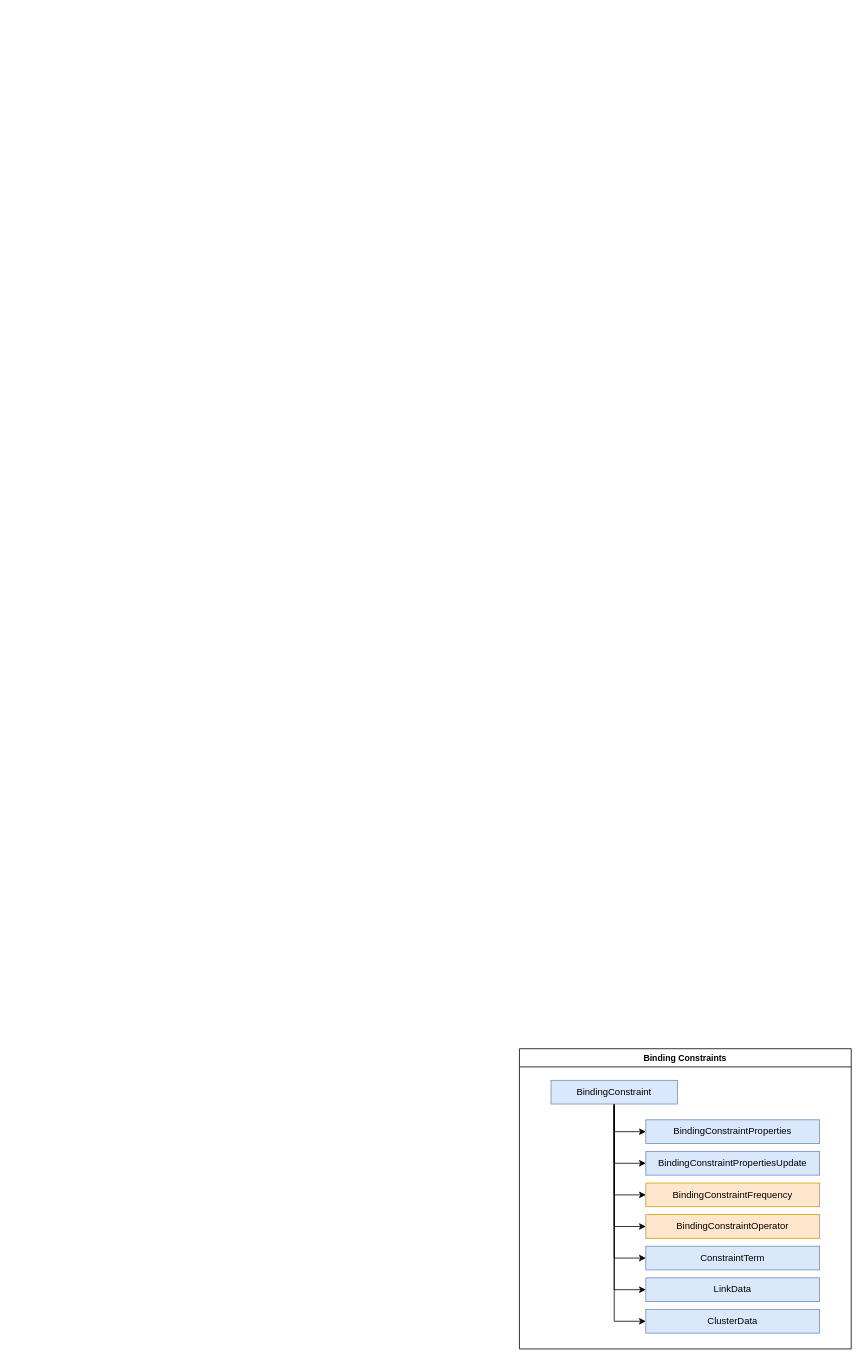
Above: docs/assets/architecture-binding-constraints.drawio in AntaresSimulatorTeam/antares_craft (draw.io), before the change. Source tidied: cells renumbered, new cells numbered last; positions are measured from the earlier drawing's top-left corner, leaving out a move shared by most shapes. Both pictures are drawn from the tidied source at 79%, with x=0, y=0 at pixel (519, 1048).
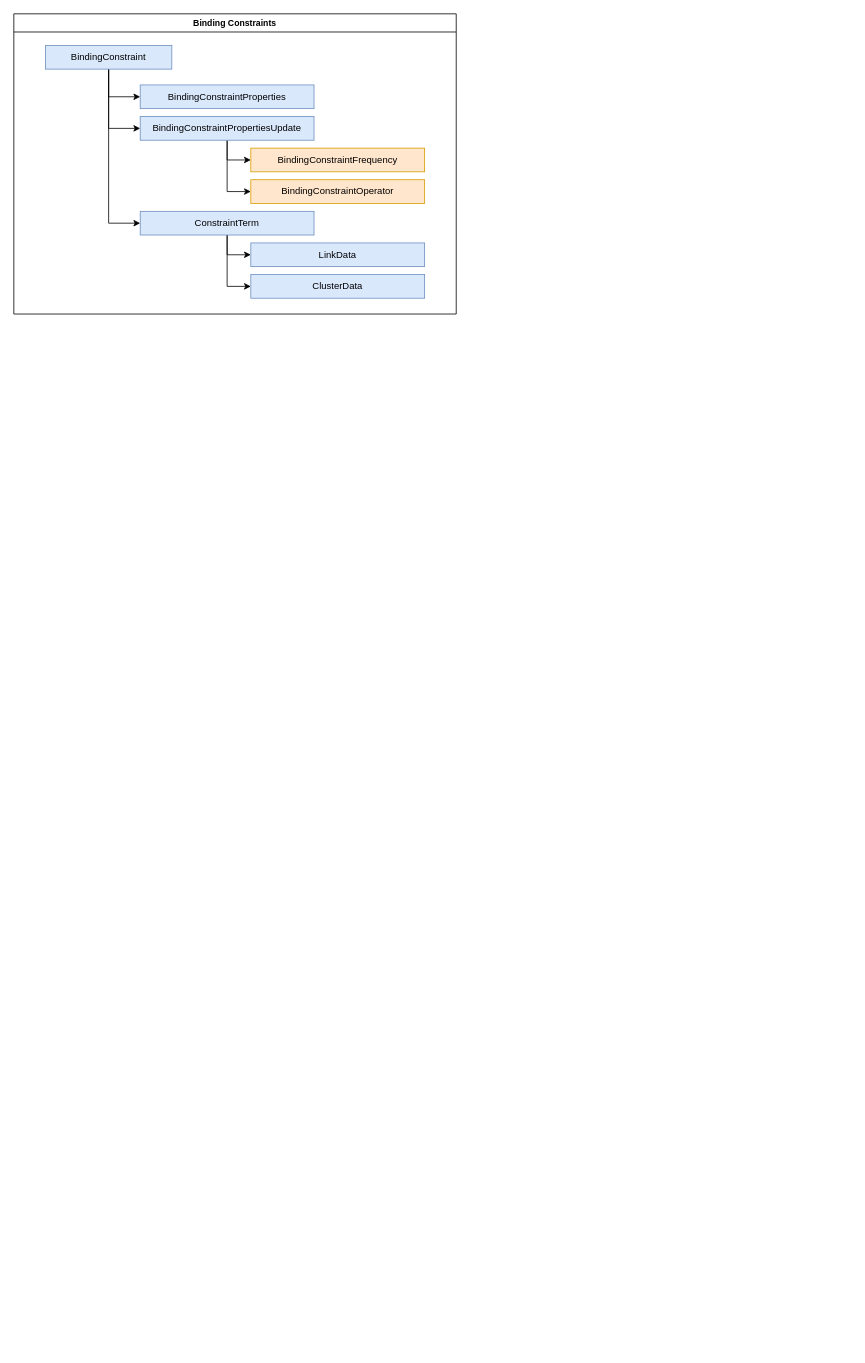
The same diagram, later.

Commit message (it also covers changes not shown here):
Update doc and class diagram

The edit, as a diff of the source:
```diff
@@
-    <mxCell id="2" value="Binding Constraints" style="swimlane;whiteSpace=wrap;html=1;fontFamily=Helvetica;fontSize=11;fontColor=default;labelBackgroundColor=default;" parent="1" vertex="1">
-      <mxGeometry width="420" height="380" as="geometry" />
-    </mxCell>
+    <mxCell id="9" value="Binding Constraints" style="swimlane;whiteSpace=wrap;html=1;fontFamily=Helvetica;fontSize=11;fontColor=default;labelBackgroundColor=default;" parent="1" vertex="1">
+      <mxGeometry x="-640" y="-1310" width="560" height="380" as="geometry" />
+    </mxCell>
-    <mxCell id="3" style="edgeStyle=none;shape=connector;curved=0;rounded=0;html=1;entryX=0;entryY=0.5;entryDx=0;entryDy=0;strokeColor=default;align=center;verticalAlign=middle;fontFamily=Helvetica;fontSize=11;fontColor=default;labelBackgroundColor=default;endArrow=classic;" parent="2" edge="1" source="10" target="11">
+    <mxCell id="3" style="edgeStyle=none;shape=connector;curved=0;rounded=0;html=1;entryX=0;entryY=0.5;entryDx=0;entryDy=0;strokeColor=default;align=center;verticalAlign=middle;fontFamily=Helvetica;fontSize=11;fontColor=default;labelBackgroundColor=default;endArrow=classic;" parent="9" edge="1" source="10" target="11">
       <mxGeometry relative="1" as="geometry">
         <Array as="points">
           <mxPoint x="120" y="105" />
         </Array>
       </mxGeometry>
     </mxCell>
-    <mxCell id="4" style="edgeStyle=none;shape=connector;curved=0;rounded=0;html=1;entryX=0;entryY=0.5;entryDx=0;entryDy=0;strokeColor=default;align=center;verticalAlign=middle;fontFamily=Helvetica;fontSize=11;fontColor=default;labelBackgroundColor=default;endArrow=classic;" parent="2" edge="1" source="10" target="12">
+    <mxCell id="4" style="edgeStyle=none;shape=connector;curved=0;rounded=0;html=1;entryX=0;entryY=0.5;entryDx=0;entryDy=0;strokeColor=default;align=center;verticalAlign=middle;fontFamily=Helvetica;fontSize=11;fontColor=default;labelBackgroundColor=default;endArrow=classic;" parent="9" edge="1" source="10" target="12">
       <mxGeometry relative="1" as="geometry">
         <Array as="points">
           <mxPoint x="120" y="145" />
         </Array>
       </mxGeometry>
     </mxCell>
-    <mxCell id="5" style="edgeStyle=none;shape=connector;curved=0;rounded=0;html=1;entryX=0;entryY=0.5;entryDx=0;entryDy=0;strokeColor=default;align=center;verticalAlign=middle;fontFamily=Helvetica;fontSize=11;fontColor=default;labelBackgroundColor=default;endArrow=classic;" parent="2" edge="1" source="10" target="13">
-      <mxGeometry relative="1" as="geometry">
-        <Array as="points">
-          <mxPoint x="120" y="185" />
-        </Array>
-      </mxGeometry>
-    </mxCell>
-    <mxCell id="6" style="edgeStyle=none;shape=connector;curved=0;rounded=0;html=1;entryX=0;entryY=0.5;entryDx=0;entryDy=0;strokeColor=default;align=center;verticalAlign=middle;fontFamily=Helvetica;fontSize=11;fontColor=default;labelBackgroundColor=default;endArrow=classic;" parent="2" edge="1" source="10" target="14">
-      <mxGeometry relative="1" as="geometry">
-        <Array as="points">
-          <mxPoint x="120" y="225" />
-        </Array>
-      </mxGeometry>
-    </mxCell>
-    <mxCell id="7" style="edgeStyle=none;shape=connector;curved=0;rounded=0;html=1;entryX=0;entryY=0.5;entryDx=0;entryDy=0;strokeColor=default;align=center;verticalAlign=middle;fontFamily=Helvetica;fontSize=11;fontColor=default;labelBackgroundColor=default;endArrow=classic;" parent="2" edge="1" source="10" target="15">
+    <mxCell id="7" style="edgeStyle=none;shape=connector;curved=0;rounded=0;html=1;entryX=0;entryY=0.5;entryDx=0;entryDy=0;strokeColor=default;align=center;verticalAlign=middle;fontFamily=Helvetica;fontSize=11;fontColor=default;labelBackgroundColor=default;endArrow=classic;" parent="9" edge="1" source="10" target="15">
       <mxGeometry relative="1" as="geometry">
         <Array as="points">
           <mxPoint x="120" y="265" />
         </Array>
       </mxGeometry>
     </mxCell>
-    <mxCell id="8" style="edgeStyle=none;shape=connector;curved=0;rounded=0;html=1;entryX=0;entryY=0.5;entryDx=0;entryDy=0;strokeColor=default;align=center;verticalAlign=middle;fontFamily=Helvetica;fontSize=11;fontColor=default;labelBackgroundColor=default;endArrow=classic;" parent="2" edge="1" source="10" target="16">
-      <mxGeometry relative="1" as="geometry">
-        <Array as="points">
-          <mxPoint x="120" y="305" />
-        </Array>
-      </mxGeometry>
-    </mxCell>
-    <mxCell id="9" style="edgeStyle=none;shape=connector;curved=0;rounded=0;html=1;entryX=0;entryY=0.5;entryDx=0;entryDy=0;strokeColor=default;align=center;verticalAlign=middle;fontFamily=Helvetica;fontSize=11;fontColor=default;labelBackgroundColor=default;endArrow=classic;" parent="2" edge="1" source="10" target="17">
-      <mxGeometry relative="1" as="geometry">
-        <Array as="points">
-          <mxPoint x="120" y="345" />
-        </Array>
-      </mxGeometry>
-    </mxCell>
-    <mxCell id="10" value="BindingConstraint" style="rounded=0;whiteSpace=wrap;html=1;fillColor=#dae8fc;strokeColor=#6c8ebf;" parent="2" vertex="1">
+    <mxCell id="10" value="BindingConstraint" style="rounded=0;whiteSpace=wrap;html=1;fillColor=#dae8fc;strokeColor=#6c8ebf;" parent="9" vertex="1">
       <mxGeometry x="40" y="40" width="160" height="30" as="geometry" />
     </mxCell>
-    <mxCell id="11" value="BindingConstraintProperties" style="rounded=0;whiteSpace=wrap;html=1;fillColor=#dae8fc;strokeColor=#6c8ebf;" parent="2" vertex="1">
+    <mxCell id="11" value="BindingConstraintProperties" style="rounded=0;whiteSpace=wrap;html=1;fillColor=#dae8fc;strokeColor=#6c8ebf;" parent="9" vertex="1">
       <mxGeometry x="160" y="90" width="220" height="30" as="geometry" />
     </mxCell>
+    <mxCell id="18" style="edgeStyle=none;html=1;entryX=0;entryY=0.5;entryDx=0;entryDy=0;rounded=0;curved=0;" parent="9" edge="1" source="12" target="13">
+      <mxGeometry relative="1" as="geometry">
+        <Array as="points">
+          <mxPoint x="270" y="185" />
+        </Array>
+      </mxGeometry>
+    </mxCell>
+    <mxCell id="19" style="edgeStyle=none;html=1;entryX=0;entryY=0.5;entryDx=0;entryDy=0;rounded=0;curved=0;" parent="9" edge="1" source="12" target="14">
+      <mxGeometry relative="1" as="geometry">
+        <Array as="points">
+          <mxPoint x="270" y="225" />
+        </Array>
+      </mxGeometry>
+    </mxCell>
-    <mxCell id="12" value="&lt;span style=&quot;color: rgb(0, 0, 0);&quot;&gt;BindingConstraintPropertiesUpdate&lt;/span&gt;" style="rounded=0;whiteSpace=wrap;html=1;fillColor=#dae8fc;strokeColor=#6c8ebf;" parent="2" vertex="1">
+    <mxCell id="12" value="&lt;span style=&quot;color: rgb(0, 0, 0);&quot;&gt;BindingConstraintPropertiesUpdate&lt;/span&gt;" style="rounded=0;whiteSpace=wrap;html=1;fillColor=#dae8fc;strokeColor=#6c8ebf;" parent="9" vertex="1">
       <mxGeometry x="160" y="130" width="220" height="30" as="geometry" />
     </mxCell>
-    <mxCell id="13" value="BindingConstraintFrequency" style="rounded=0;whiteSpace=wrap;html=1;fillColor=#ffe6cc;strokeColor=#d79b00;" parent="2" vertex="1">
-      <mxGeometry x="160" y="170" width="220" height="30" as="geometry" />
+    <mxCell id="13" value="BindingConstraintFrequency" style="rounded=0;whiteSpace=wrap;html=1;fillColor=#ffe6cc;strokeColor=#d79b00;" parent="9" vertex="1">
+      <mxGeometry x="300" y="170" width="220" height="30" as="geometry" />
     </mxCell>
-    <mxCell id="14" value="BindingConstraintOperator" style="rounded=0;whiteSpace=wrap;html=1;fillColor=#ffe6cc;strokeColor=#d79b00;" parent="2" vertex="1">
-      <mxGeometry x="160" y="210" width="220" height="30" as="geometry" />
+    <mxCell id="14" value="BindingConstraintOperator" style="rounded=0;whiteSpace=wrap;html=1;fillColor=#ffe6cc;strokeColor=#d79b00;" parent="9" vertex="1">
+      <mxGeometry x="300" y="210" width="220" height="30" as="geometry" />
     </mxCell>
+    <mxCell id="20" style="edgeStyle=none;shape=connector;curved=0;rounded=0;html=1;entryX=0;entryY=0.5;entryDx=0;entryDy=0;strokeColor=default;align=center;verticalAlign=middle;fontFamily=Helvetica;fontSize=11;fontColor=default;labelBackgroundColor=default;endArrow=classic;" parent="9" edge="1" source="15" target="16">
+      <mxGeometry relative="1" as="geometry">
+        <Array as="points">
+          <mxPoint x="270" y="305" />
+        </Array>
+      </mxGeometry>
+    </mxCell>
+    <mxCell id="21" style="edgeStyle=none;shape=connector;curved=0;rounded=0;html=1;entryX=0;entryY=0.5;entryDx=0;entryDy=0;strokeColor=default;align=center;verticalAlign=middle;fontFamily=Helvetica;fontSize=11;fontColor=default;labelBackgroundColor=default;endArrow=classic;" parent="9" edge="1" source="15" target="17">
+      <mxGeometry relative="1" as="geometry">
+        <Array as="points">
+          <mxPoint x="270" y="345" />
+        </Array>
+      </mxGeometry>
+    </mxCell>
-    <mxCell id="15" value="ConstraintTerm" style="rounded=0;whiteSpace=wrap;html=1;fillColor=#dae8fc;strokeColor=#6c8ebf;" parent="2" vertex="1">
+    <mxCell id="15" value="ConstraintTerm" style="rounded=0;whiteSpace=wrap;html=1;fillColor=#dae8fc;strokeColor=#6c8ebf;" parent="9" vertex="1">
       <mxGeometry x="160" y="250" width="220" height="30" as="geometry" />
     </mxCell>
-    <mxCell id="16" value="LinkData" style="rounded=0;whiteSpace=wrap;html=1;fillColor=#dae8fc;strokeColor=#6c8ebf;" parent="2" vertex="1">
-      <mxGeometry x="160" y="290" width="220" height="30" as="geometry" />
+    <mxCell id="16" value="LinkData" style="rounded=0;whiteSpace=wrap;html=1;fillColor=#dae8fc;strokeColor=#6c8ebf;" parent="9" vertex="1">
+      <mxGeometry x="300" y="290" width="220" height="30" as="geometry" />
     </mxCell>
-    <mxCell id="17" value="ClusterData" style="rounded=0;whiteSpace=wrap;html=1;fillColor=#dae8fc;strokeColor=#6c8ebf;" parent="2" vertex="1">
-      <mxGeometry x="160" y="330" width="220" height="30" as="geometry" />
+    <mxCell id="17" value="ClusterData" style="rounded=0;whiteSpace=wrap;html=1;fillColor=#dae8fc;strokeColor=#6c8ebf;" parent="9" vertex="1">
+      <mxGeometry x="300" y="330" width="220" height="30" as="geometry" />
     </mxCell>
```
